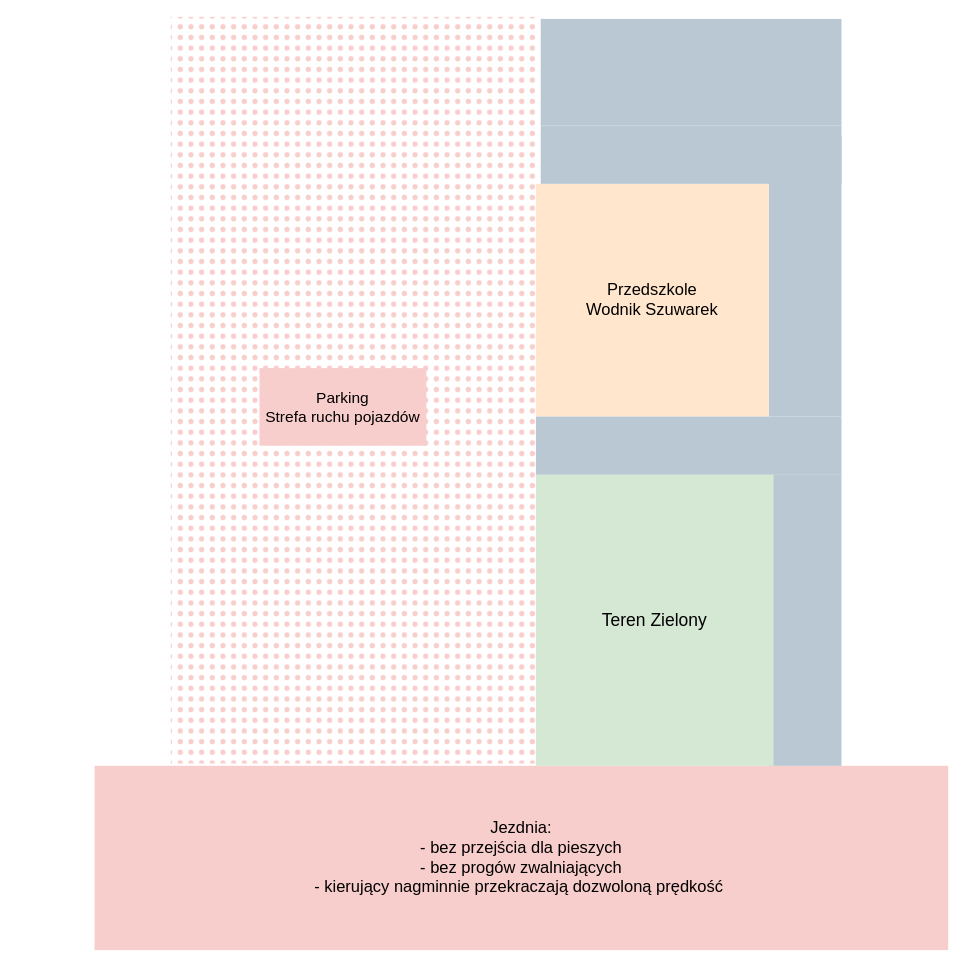
Above: PrzedszkoleWodnikSzuwarek.drawio in LukaszJessa/diagrams (draw.io), before the change. Source tidied: cells renumbered, new cells numbered last; positions are measured from the earlier drawing's top-left corner, leaving out a move shared by most shapes. Both pictures are drawn from the tidied source at 97%, with x=0, y=0 at pixel (-18, 18).
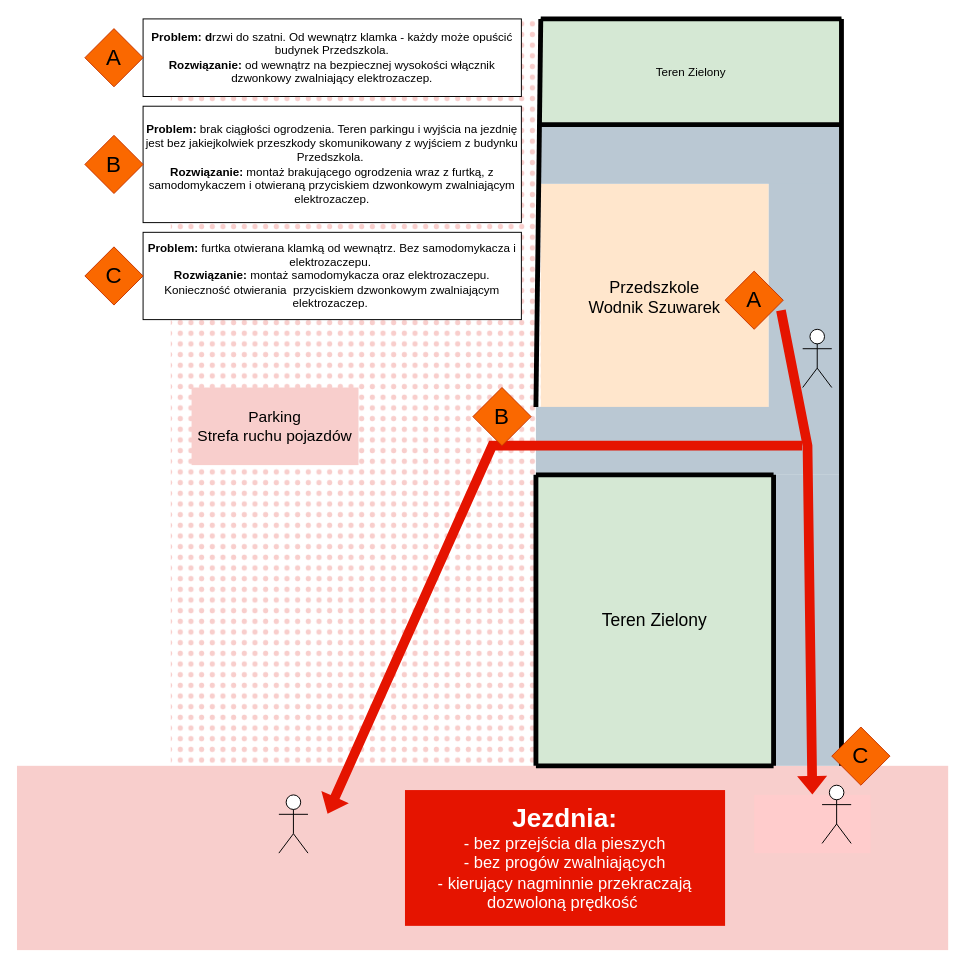
The same page after the edit.

The change refers to these unchanged cells:
```xml
<mxCell id="4" style="rounded=0;whiteSpace=wrap;html=1;fillColor=#bac8d3;strokeColor=none;" parent="1" vertex="1">
  <mxGeometry x="811" y="470" width="75" height="300" as="geometry" />
</mxCell>
<mxCell id="11" value="&lt;font style=&quot;font-size: 18px;&quot;&gt;Teren Zielony&lt;/font&gt;" style="rounded=0;whiteSpace=wrap;html=1;fillColor=#d5e8d4;strokeColor=none;" parent="1" vertex="1">
  <mxGeometry x="571" y="470" width="245" height="300" as="geometry" />
</mxCell>
```

The edit, as a diff of the source:
```diff
@@
+    <mxCell id="7" value="&lt;font style=&quot;font-size: 17px;&quot;&gt;Przedszkole &lt;br&gt;Wodnik Szuwarek&lt;/font&gt;" style="whiteSpace=wrap;html=1;fillColor=#ffe6cc;strokeColor=none;" parent="1" vertex="1">
+      <mxGeometry x="576" y="170" width="235" height="235" as="geometry" />
+    </mxCell>
-    <mxCell id="2" value="&lt;font style=&quot;font-size: 17px;&quot;&gt;Jezdnia:&lt;br&gt;- bez przejścia dla pieszych&lt;br&gt;- bez progów zwalniających&lt;br&gt;- kierujący nagminnie przekraczają dozwoloną prędkość&amp;nbsp;&lt;/font&gt;" style="rounded=0;whiteSpace=wrap;html=1;fillColor=#f8cecc;strokeColor=none;" parent="1" vertex="1">
-      <mxGeometry x="116" y="770" width="880" height="190" as="geometry" />
+    <mxCell id="2" style="rounded=0;whiteSpace=wrap;html=1;fillColor=#f8cecc;strokeColor=none;" parent="1" vertex="1">
+      <mxGeometry x="36" y="770" width="960" height="190" as="geometry" />
     </mxCell>
@@
     <mxCell id="6" value="&lt;font style=&quot;font-size: 16px;&quot;&gt;Parking&lt;br&gt;Strefa ruchu pojazdów&lt;/font&gt;" style="rounded=0;whiteSpace=wrap;html=1;fillColor=#f8cecc;strokeColor=none;fillStyle=auto;" parent="1" vertex="1">
-      <mxGeometry x="286" y="360" width="172.1" height="80" as="geometry" />
+      <mxGeometry x="216" y="380" width="172.1" height="80" as="geometry" />
     </mxCell>
-    <mxCell id="7" value="&lt;font style=&quot;font-size: 17px;&quot;&gt;Przedszkole &lt;br&gt;Wodnik Szuwarek&lt;/font&gt;" style="whiteSpace=wrap;html=1;fillColor=#ffe6cc;strokeColor=none;" parent="1" vertex="1">
-      <mxGeometry x="571" y="170" width="240" height="240" as="geometry" />
-    </mxCell>
     <mxCell id="8" style="rounded=0;whiteSpace=wrap;html=1;fillColor=#bac8d3;strokeColor=none;" parent="1" vertex="1">
-      <mxGeometry x="571" y="410" width="315" height="60" as="geometry" />
+      <mxGeometry x="571" y="400" width="315" height="70" as="geometry" />
     </mxCell>
@@
-    <mxCell id="10" style="rounded=0;whiteSpace=wrap;html=1;fillColor=#bac8d3;strokeColor=none;" parent="1" vertex="1">
+    <mxCell id="10" value="Teren Zielony" style="rounded=0;whiteSpace=wrap;html=1;fillColor=#d5e8d4;strokeColor=#82b366;" parent="1" vertex="1">
       <mxGeometry x="576" width="310" height="110" as="geometry" />
     </mxCell>
@@
+    <mxCell id="12" style="shape=flexArrow;endArrow=classic;html=1;rounded=0;entryX=0.5;entryY=0;entryDx=0;entryDy=0;fillColor=#e51400;strokeColor=none;" parent="1" edge="1" target="14">
+      <mxGeometry relative="1" as="geometry">
+        <mxPoint x="823.5" y="300" as="sourcePoint" />
+        <Array as="points">
+          <mxPoint x="851" y="440" />
+        </Array>
+      </mxGeometry>
+    </mxCell>
+    <mxCell id="13" style="shape=flexArrow;endArrow=classic;html=1;rounded=0;fillColor=#e51400;strokeColor=none;" parent="1" edge="1">
+      <mxGeometry relative="1" as="geometry">
+        <mxPoint x="846" y="440" as="sourcePoint" />
+        <mxPoint x="356" y="820" as="targetPoint" />
+        <Array as="points">
+          <mxPoint x="526" y="440" />
+        </Array>
+      </mxGeometry>
+    </mxCell>
+    <mxCell id="14" style="rounded=0;whiteSpace=wrap;html=1;fillColor=#ffcccc;strokeColor=none;" parent="1" vertex="1">
+      <mxGeometry x="796" y="800" width="120" height="60" as="geometry" />
+    </mxCell>
+    <mxCell id="15" style="shape=umlActor;verticalLabelPosition=bottom;verticalAlign=top;html=1;" parent="1" vertex="1">
+      <mxGeometry x="846" y="320" width="30" height="60" as="geometry" />
+    </mxCell>
+    <mxCell id="16" style="shape=umlActor;verticalLabelPosition=bottom;verticalAlign=top;html=1;" parent="1" vertex="1">
+      <mxGeometry x="866" y="790" width="30" height="60" as="geometry" />
+    </mxCell>
+    <mxCell id="17" style="shape=umlActor;verticalLabelPosition=bottom;verticalAlign=top;html=1;" parent="1" vertex="1">
+      <mxGeometry x="306" y="800" width="30" height="60" as="geometry" />
+    </mxCell>
+    <mxCell id="18" value="&lt;b&gt;&lt;font style=&quot;font-size: 27px;&quot;&gt;Jezdnia:&lt;/font&gt;&lt;/b&gt;&lt;br style=&quot;border-color: var(--border-color); font-size: 17px;&quot;&gt;&lt;span style=&quot;font-size: 17px;&quot;&gt;- bez przejścia dla pieszych&lt;/span&gt;&lt;br style=&quot;border-color: var(--border-color); font-size: 17px;&quot;&gt;&lt;span style=&quot;font-size: 17px;&quot;&gt;- bez progów zwalniających&lt;/span&gt;&lt;br style=&quot;border-color: var(--border-color); font-size: 17px;&quot;&gt;&lt;span style=&quot;font-size: 17px;&quot;&gt;- kierujący nagminnie przekraczają dozwoloną prędkość&amp;nbsp;&lt;/span&gt;" style="rounded=0;whiteSpace=wrap;html=1;fillColor=#e51400;strokeColor=none;fillStyle=auto;fontColor=#ffffff;" parent="1" vertex="1">
+      <mxGeometry x="436" y="795" width="330" height="140" as="geometry" />
+    </mxCell>
+    <mxCell id="19" style="endArrow=none;html=1;rounded=0;strokeWidth=5;entryX=0;entryY=0;entryDx=0;entryDy=0;exitX=0;exitY=0;exitDx=0;exitDy=0;" parent="1" edge="1" source="8" target="10">
+      <mxGeometry relative="1" as="geometry" />
+    </mxCell>
+    <mxCell id="20" style="endArrow=none;html=1;rounded=0;strokeWidth=5;entryX=0;entryY=0;entryDx=0;entryDy=0;exitX=1;exitY=0;exitDx=0;exitDy=0;" parent="1" edge="1" source="10" target="10">
+      <mxGeometry relative="1" as="geometry" />
+    </mxCell>
+    <mxCell id="21" style="endArrow=none;html=1;rounded=0;strokeWidth=5;entryX=1;entryY=1;entryDx=0;entryDy=0;exitX=1;exitY=0;exitDx=0;exitDy=0;" parent="1" edge="1" source="10" target="4">
+      <mxGeometry relative="1" as="geometry" />
+    </mxCell>
+    <mxCell id="22" style="endArrow=none;html=1;rounded=0;strokeWidth=5;entryX=1;entryY=1;entryDx=0;entryDy=0;exitX=1;exitY=0;exitDx=0;exitDy=0;" parent="1" edge="1" source="11" target="11">
+      <mxGeometry relative="1" as="geometry" />
+    </mxCell>
+    <mxCell id="23" style="endArrow=none;html=1;rounded=0;strokeWidth=5;entryX=0;entryY=0;entryDx=0;entryDy=0;exitX=1;exitY=0;exitDx=0;exitDy=0;" parent="1" edge="1" source="11" target="11">
+      <mxGeometry relative="1" as="geometry" />
+    </mxCell>
+    <mxCell id="24" style="endArrow=none;html=1;rounded=0;strokeWidth=5;entryX=0;entryY=0;entryDx=0;entryDy=0;exitX=0;exitY=1;exitDx=0;exitDy=0;" parent="1" edge="1" source="11" target="11">
+      <mxGeometry relative="1" as="geometry" />
+    </mxCell>
+    <mxCell id="25" style="endArrow=none;html=1;rounded=0;strokeWidth=5;entryX=1;entryY=1;entryDx=0;entryDy=0;exitX=0;exitY=1;exitDx=0;exitDy=0;" parent="1" edge="1" source="11" target="11">
+      <mxGeometry relative="1" as="geometry" />
+    </mxCell>
+    <mxCell id="26" value="&lt;font style=&quot;font-size: 23px;&quot;&gt;A&lt;/font&gt;" style="rhombus;whiteSpace=wrap;html=1;fillColor=#fa6800;fontColor=#000000;strokeColor=#C73500;" parent="1" vertex="1">
+      <mxGeometry x="766" y="260" width="60" height="60" as="geometry" />
+    </mxCell>
+    <mxCell id="27" value="&lt;font style=&quot;font-size: 23px;&quot;&gt;B&lt;/font&gt;" style="rhombus;whiteSpace=wrap;html=1;fillColor=#fa6800;fontColor=#000000;strokeColor=#C73500;" parent="1" vertex="1">
+      <mxGeometry x="506" y="380" width="60" height="60" as="geometry" />
+    </mxCell>
+    <mxCell id="28" value="&lt;font style=&quot;font-size: 23px;&quot;&gt;C&lt;/font&gt;" style="rhombus;whiteSpace=wrap;html=1;fillColor=#fa6800;fontColor=#000000;strokeColor=#C73500;" parent="1" vertex="1">
+      <mxGeometry x="876" y="730" width="60" height="60" as="geometry" />
+    </mxCell>
+    <mxCell id="29" value="&lt;b&gt;Problem: d&lt;/b&gt;rzwi do szatni. Od wewnątrz klamka - każdy może opuścić budynek Przedszkola.&lt;br&gt;&lt;b&gt;Rozwiązanie:&lt;/b&gt; od wewnątrz na bezpiecznej wysokości włącznik dzwonkowy zwalniający elektrozaczep." style="rounded=0;whiteSpace=wrap;html=1;strokeColor=default;" parent="1" vertex="1">
+      <mxGeometry x="166" width="390" height="80" as="geometry" />
+    </mxCell>
+    <mxCell id="30" value="&lt;font style=&quot;font-size: 23px;&quot;&gt;A&lt;/font&gt;" style="rhombus;whiteSpace=wrap;html=1;fillColor=#fa6800;fontColor=#000000;strokeColor=#C73500;" parent="1" vertex="1">
+      <mxGeometry x="106" y="10" width="60" height="60" as="geometry" />
+    </mxCell>
+    <mxCell id="31" value="&lt;b&gt;Problem: &lt;/b&gt;brak ciągłości ogrodzenia. Teren parkingu i wyjścia na jezdnię jest bez jakiejkolwiek przeszkody skomunikowany z wyjściem z budynku Przedszkola.&amp;nbsp;&lt;br&gt;&lt;b&gt;Rozwiązanie:&lt;/b&gt; montaż brakującego ogrodzenia wraz z furtką, z samodomykaczem i otwieraną przyciskiem dzwonkowym zwalniającym elektrozaczep." style="rounded=0;whiteSpace=wrap;html=1;strokeColor=default;" parent="1" vertex="1">
+      <mxGeometry x="166" y="90" width="390" height="120" as="geometry" />
+    </mxCell>
+    <mxCell id="32" value="&lt;font style=&quot;font-size: 23px;&quot;&gt;B&lt;/font&gt;" style="rhombus;whiteSpace=wrap;html=1;fillColor=#fa6800;fontColor=#000000;strokeColor=#C73500;" parent="1" vertex="1">
+      <mxGeometry x="106" y="120" width="60" height="60" as="geometry" />
+    </mxCell>
+    <mxCell id="33" value="&lt;b&gt;Problem: &lt;/b&gt;furtka otwierana klamką od wewnątrz. Bez samodomykacza i elektrozaczepu.&amp;nbsp;&lt;br&gt;&lt;b&gt;Rozwiązanie:&lt;/b&gt; montaż samodomykacza oraz elektrozaczepu. Konieczność otwierania&amp;nbsp; przyciskiem dzwonkowym zwalniającym elektrozaczep.&amp;nbsp;" style="rounded=0;whiteSpace=wrap;html=1;strokeColor=default;" parent="1" vertex="1">
+      <mxGeometry x="166" y="220" width="390" height="90" as="geometry" />
+    </mxCell>
+    <mxCell id="34" value="&lt;font style=&quot;font-size: 23px;&quot;&gt;C&lt;/font&gt;" style="rhombus;whiteSpace=wrap;html=1;fillColor=#fa6800;fontColor=#000000;strokeColor=#C73500;" parent="1" vertex="1">
+      <mxGeometry x="106" y="235" width="60" height="60" as="geometry" />
+    </mxCell>
+    <mxCell id="35" style="endArrow=none;html=1;rounded=0;strokeWidth=5;" parent="1" edge="1">
+      <mxGeometry relative="1" as="geometry">
+        <mxPoint x="886" y="109" as="sourcePoint" />
+        <mxPoint x="576" y="109" as="targetPoint" />
+      </mxGeometry>
+    </mxCell>
```
